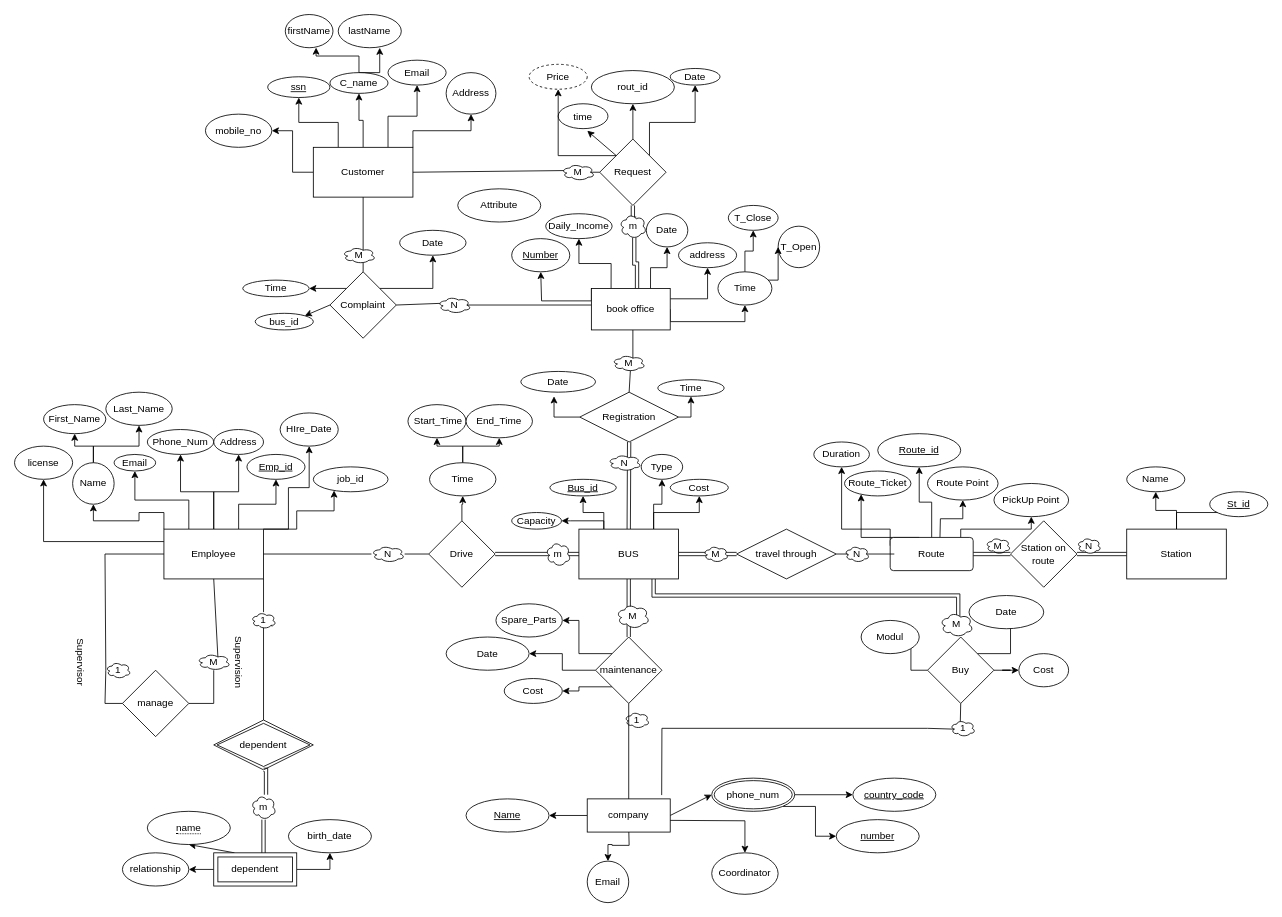
Earlier version of the draw.io diagram Phase 1/ERD Digram.drawio (Snossy123/Transportation-Management-System). Source tidied: cells renumbered, new cells numbered last; positions are measured from the earlier drawing's top-left corner, leaving out a move shared by most shapes. Both pictures are drawn from the tidied source at 83%, with x=0, y=0 at pixel (14, 14).
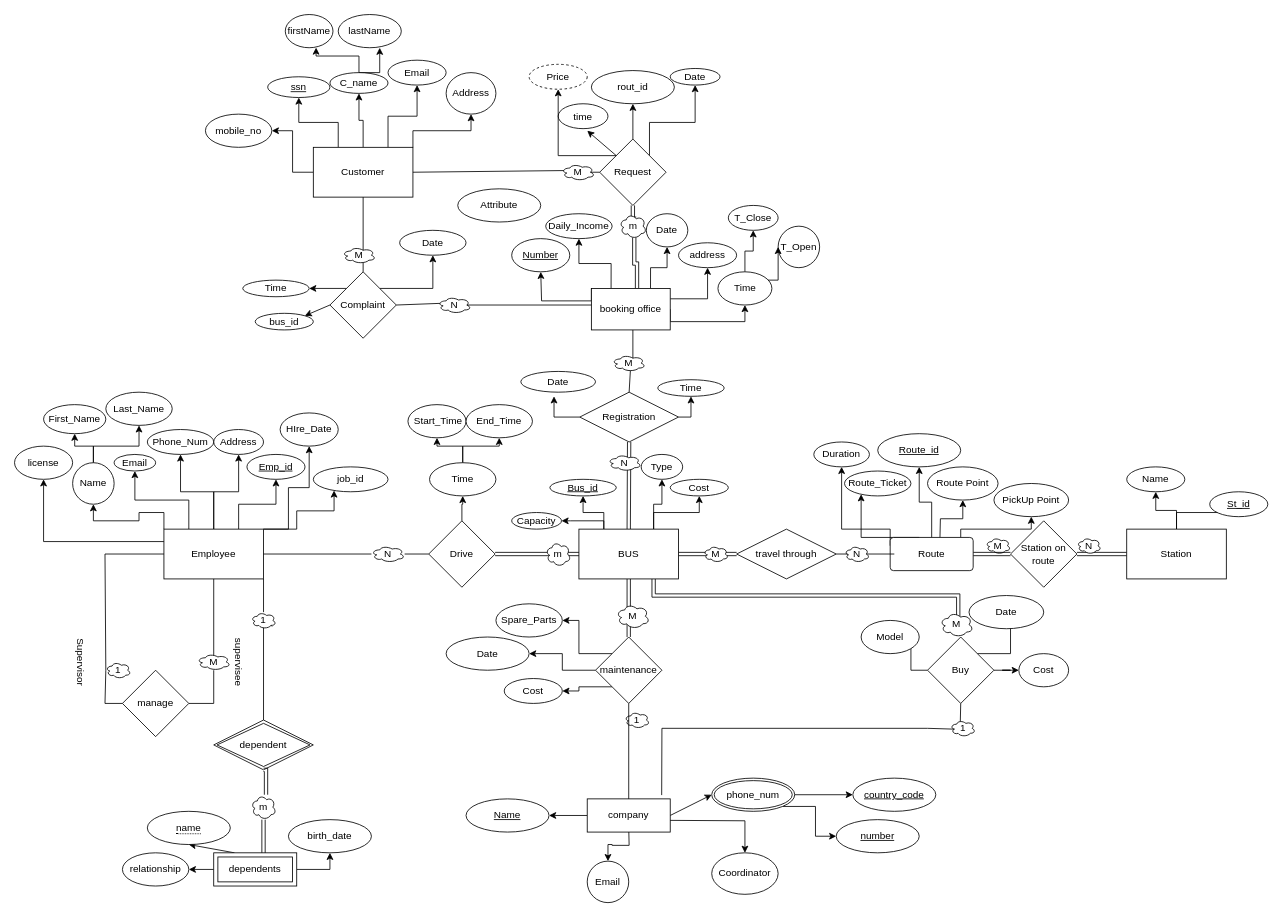
Above is the later version.

Unchanged cells that the change refers to:
```xml
<mxCell id="57" value="Employee" style="whiteSpace=wrap;html=1;" parent="1" vertex="1">
  <mxGeometry x="180" y="620" width="120" height="60" as="geometry" />
</mxCell>
<mxCell id="195" value="M" style="ellipse;shape=cloud;whiteSpace=wrap;html=1;" parent="1" vertex="1">
  <mxGeometry x="220" y="770" width="40" height="20" as="geometry" />
</mxCell>
```

What changed in the source:
```diff
@@
-    <mxCell id="84" value="Modul" style="ellipse;whiteSpace=wrap;html=1;" parent="1" vertex="1">
+    <mxCell id="84" value="Model" style="ellipse;whiteSpace=wrap;html=1;" parent="1" vertex="1">
       <mxGeometry x="1020" y="730" width="70" height="40" as="geometry" />
     </mxCell>
@@
-    <mxCell id="97" value="Supervision" style="text;html=1;align=center;verticalAlign=middle;rotation=90;" parent="1" vertex="1">
-      <mxGeometry x="230" y="770" width="80" height="20" as="geometry" />
+    <mxCell id="97" value="supervisee" style="text;html=1;align=center;verticalAlign=middle;rotation=90;" parent="1" vertex="1">
+      <mxGeometry x="235" y="770" width="70" height="20" as="geometry" />
     </mxCell>
@@
-    <mxCell id="116" value="dependent" style="shape=ext;margin=3;double=1;whiteSpace=wrap;html=1;align=center;" parent="1" vertex="1">
+    <mxCell id="116" value="dependents" style="shape=ext;margin=3;double=1;whiteSpace=wrap;html=1;align=center;" parent="1" vertex="1">
       <mxGeometry x="240" y="1010" width="100" height="40" as="geometry" />
     </mxCell>
@@
-    <mxCell id="182" value="book office" style="rounded=0;whiteSpace=wrap;html=1;" parent="1" vertex="1">
+    <mxCell id="182" value="booking office" style="rounded=0;whiteSpace=wrap;html=1;" parent="1" vertex="1">
       <mxGeometry x="695" y="330" width="95" height="50" as="geometry" />
     </mxCell>
@@
-    <mxCell id="194" style="endArrow=none;html=1;entryX=0.5;entryY=1;entryDx=0;entryDy=0;exitX=0.625;exitY=0.2;exitDx=0;exitDy=0;rounded=0;exitPerimeter=0;" parent="1" edge="1" source="195" target="57">
-      <mxGeometry relative="1" as="geometry" />
+    <mxCell id="194" style="endArrow=none;html=1;entryX=0.5;entryY=1;entryDx=0;entryDy=0;rounded=0;" parent="1" edge="1" target="57">
+      <mxGeometry relative="1" as="geometry">
+        <mxPoint x="240" y="780" as="sourcePoint" />
+      </mxGeometry>
     </mxCell>
```
